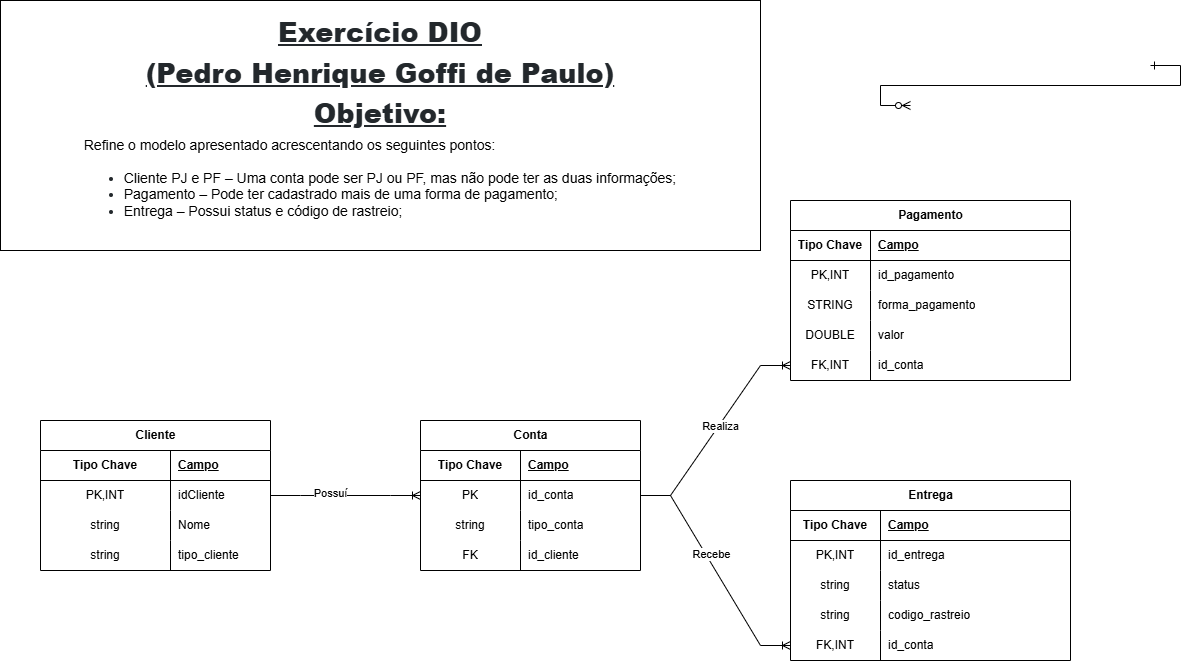
Above: schema.png in pedroGoffi/modelagem-banco-de-dados (draw.io), before the change. Source tidied: cells renumbered, new cells last; positions are measured from the earlier drawing's top-left corner, leaving out a move shared by most shapes.
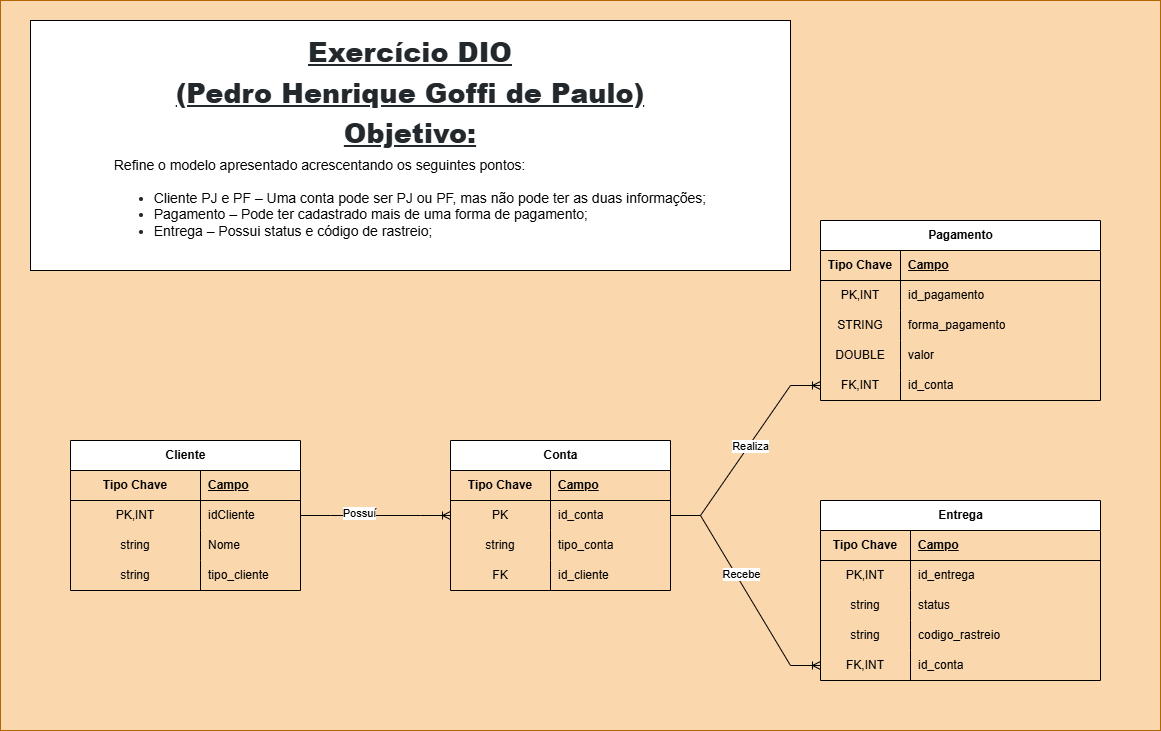
The same diagram one commit later.

Commit message:
feat: adicionado cor de fundo no schema.png para facilitar visualizacao

Diff of the diagram source:
```diff
@@ -2,6 +2,9 @@
   <root>
     <mxCell id="0" />
     <mxCell id="1" parent="0" />
+    <mxCell id="68" style="rounded=0;whiteSpace=wrap;html=1;fillColor=#fad7ac;strokeColor=#b46504;" parent="1" vertex="1">
+      <mxGeometry x="-30" y="-20" width="1160" height="730" as="geometry" />
+    </mxCell>
     <mxCell id="2" style="edgeStyle=entityRelationEdgeStyle;endArrow=ERzeroToMany;startArrow=ERone;endFill=1;startFill=0;rounded=0;" parent="1" edge="1" target="x">
       <mxGeometry relative="1" as="geometry">
         <mxPoint x="1150" y="65" as="sourcePoint" />
```
